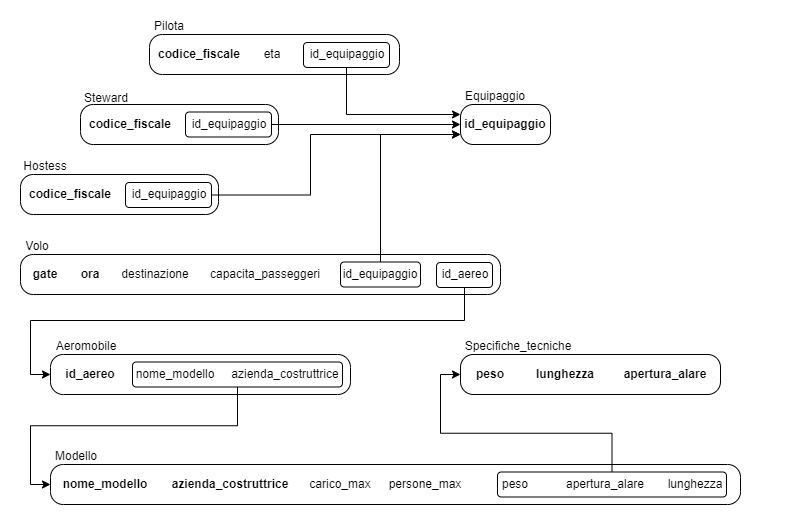
Before: schemi/diagramma_vincoli_referenziali.png, a diagram exported from draw.io (thomasmassarutto/Voli_Aeroporto). Source tidied: cells renumbered, new cells last; positions are measured from the earlier drawing's top-left corner, leaving out a move shared by most shapes.
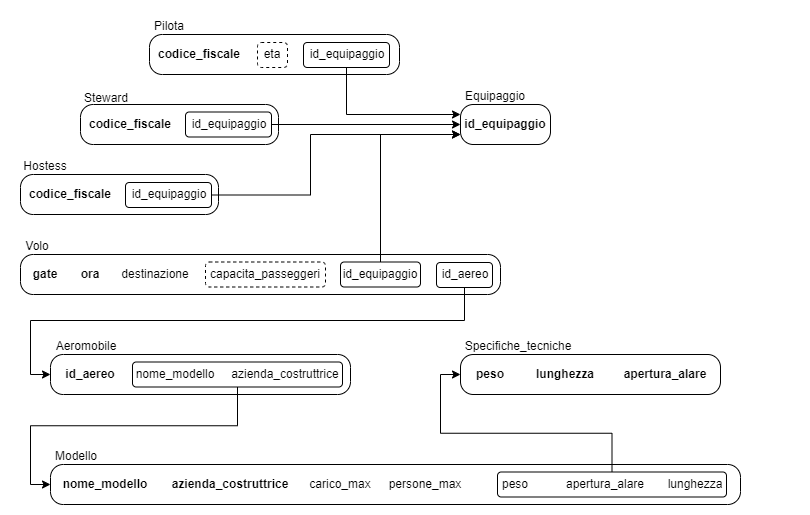
The same diagram one commit later.

Diff of the diagram source:
```diff
@@ -217,6 +217,9 @@
     <mxCell id="70" style="rounded=1;whiteSpace=wrap;html=1;fillColor=none;" parent="60" vertex="1">
       <mxGeometry x="320" y="31.5" width="80" height="25" as="geometry" />
     </mxCell>
+    <mxCell id="76" style="rounded=1;whiteSpace=wrap;html=1;fillColor=none;dashed=1;" parent="60" vertex="1">
+      <mxGeometry x="185" y="31.5" width="120" height="25" as="geometry" />
+    </mxCell>
     <mxCell id="71" style="rounded=1;whiteSpace=wrap;html=1;fillColor=none;" parent="59" vertex="1">
       <mxGeometry x="416" y="32" width="56" height="25" as="geometry" />
     </mxCell>
@@ -242,5 +245,8 @@
         </Array>
       </mxGeometry>
     </mxCell>
+    <mxCell id="77" style="rounded=1;whiteSpace=wrap;html=1;fillColor=none;dashed=1;" parent="1" vertex="1">
+      <mxGeometry x="247" y="32" width="30" height="25" as="geometry" />
+    </mxCell>
   </root>
 </mxGraphModel>
```
